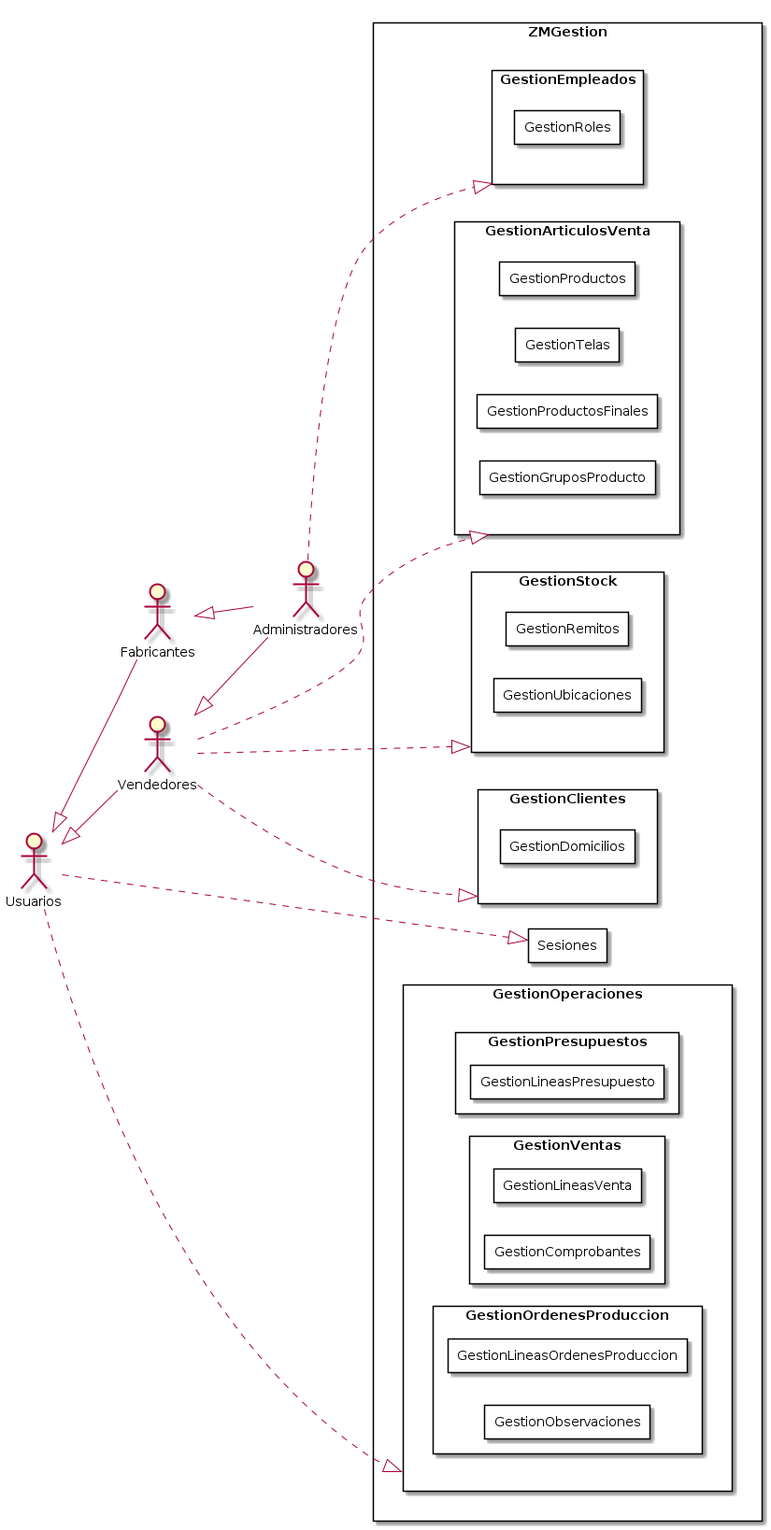
This is Informe Final/Imagenes/ModeladoDeCasosDeUso/DiagramaDeCasosDeUso/DiagramaSubsistemaDetallado.png from ZMGestion/DocumentacionZMGestion, a PlantUML export, as it was before one commit.
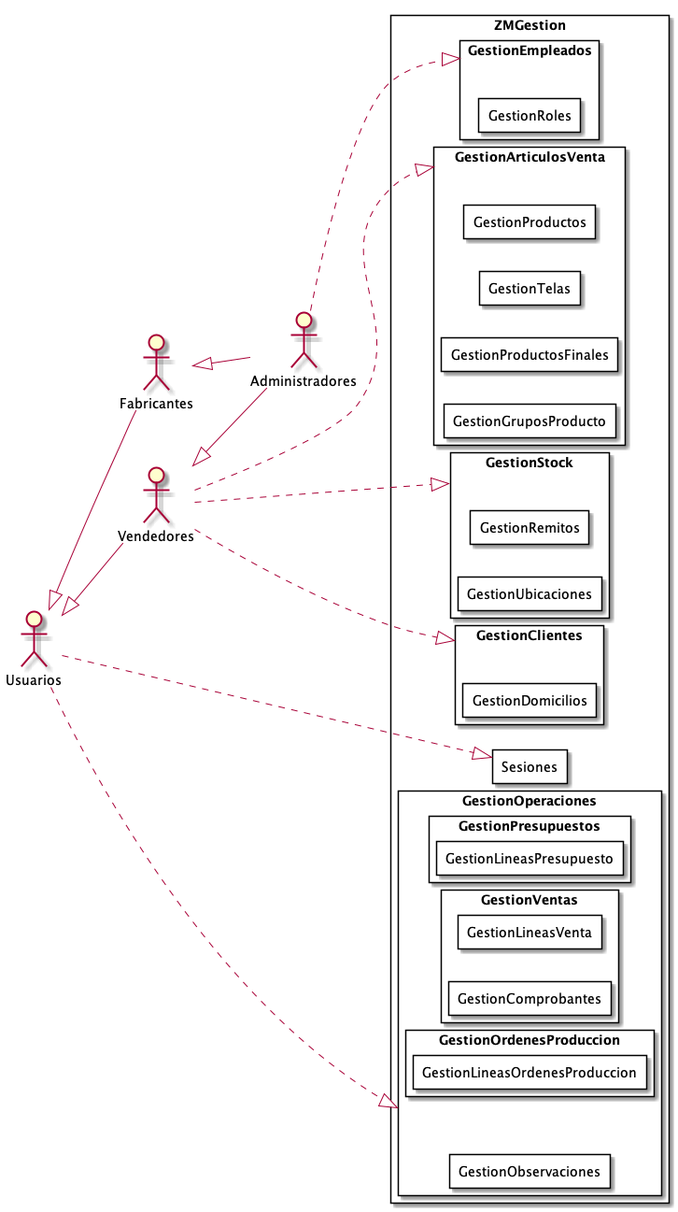
Above is the later version.

Change to the diagram source:
```diff
@@ -44,8 +44,8 @@
         rectangle GestionOrdenesProduccion{
             rectangle GestionLineasOrdenesProduccion{
             }
-            rectangle GestionObservaciones{
-            }
+        }
+        rectangle GestionObservaciones{
         }
     }
     rectangle GestionStock{
```
